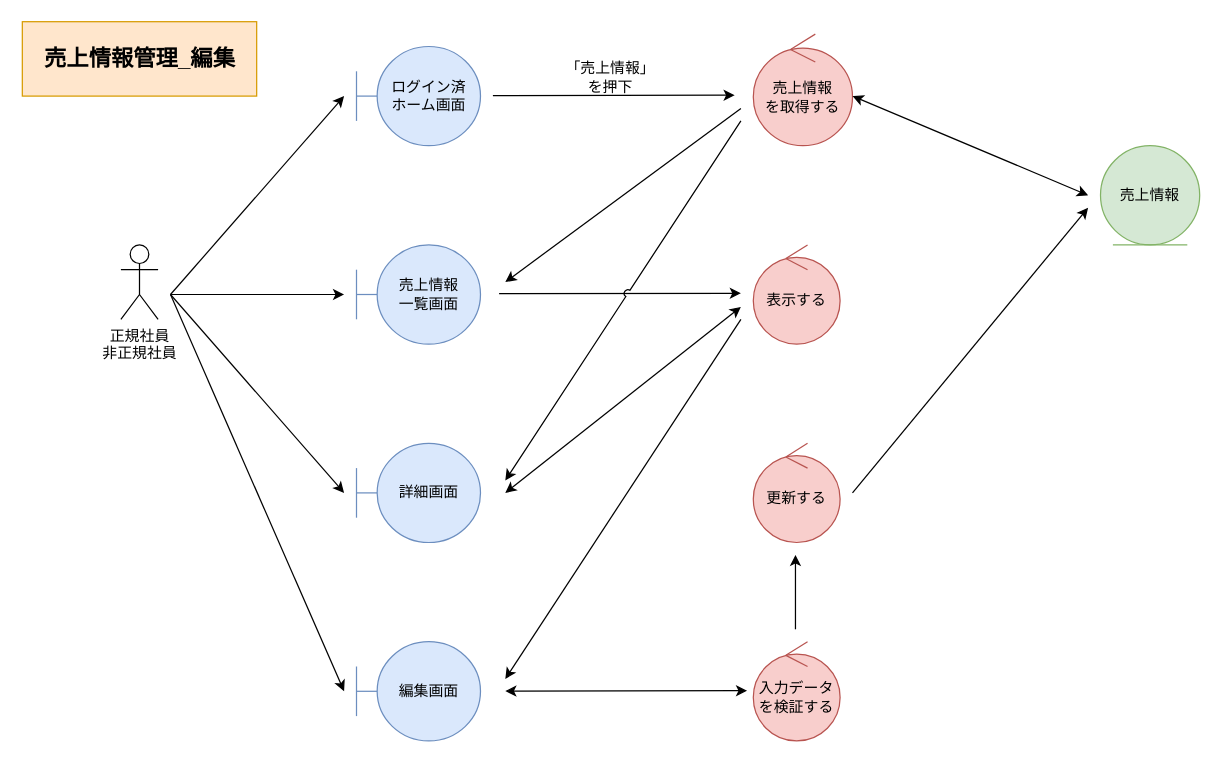
Above: page "*売上情報管理_編集" (3 of 4) of 各種設計書/3ロバストネス図/商品情報管理/5.売上.drawio in HaruShim/Sotuken (draw.io), before the change. Source tidied: cells renumbered, new cells numbered last; positions are measured from the earlier drawing's top-left corner, leaving out a move shared by most shapes. Both pictures are drawn from the tidied source at 124%, with x=0, y=0 at pixel (21, 21).
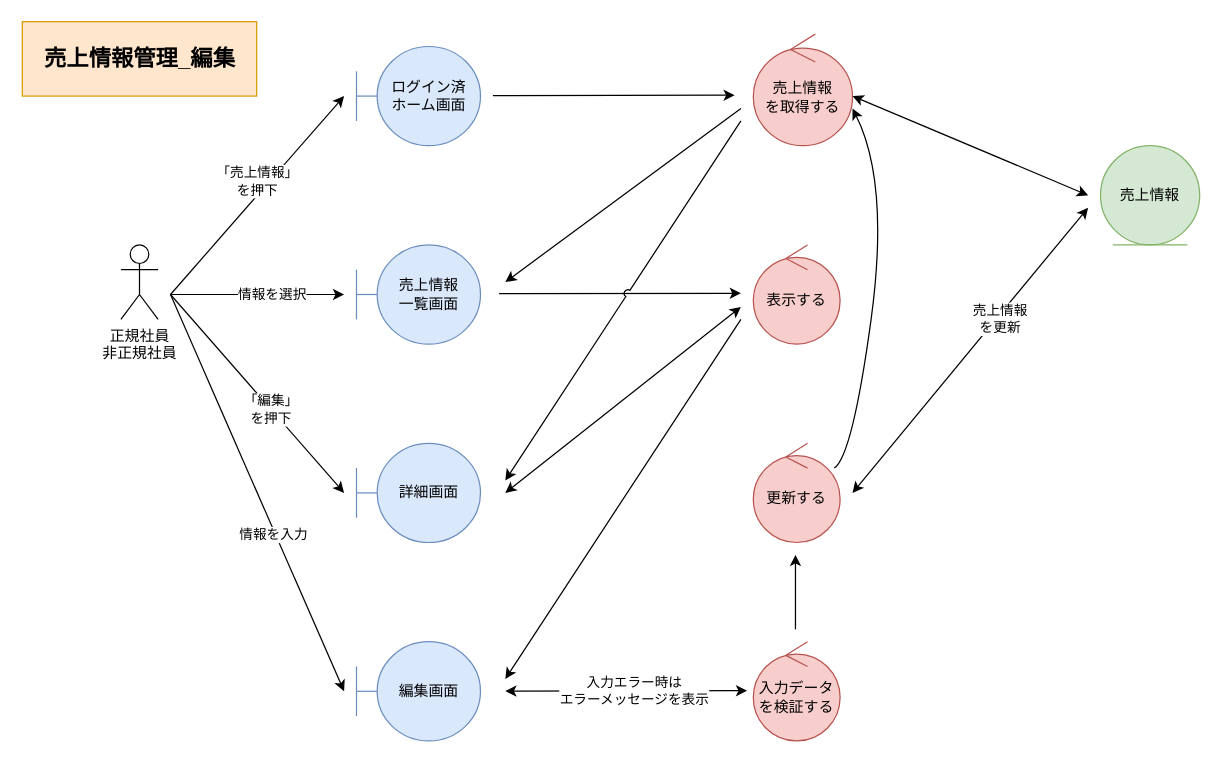
The same diagram, later.

Unchanged cells that the change refers to:
```xml
<mxCell id="21" style="endArrow=classic;html=1;rounded=0;" parent="1" edge="1">
  <mxGeometry relative="1" as="geometry">
    <mxPoint x="120" y="220" as="sourcePoint" />
    <mxPoint x="260" y="540" as="targetPoint" />
  </mxGeometry>
</mxCell>
<mxCell id="23" style="endArrow=classic;html=1;rounded=0;startArrow=classic;startFill=1;" parent="1" edge="1">
  <mxGeometry relative="1" as="geometry">
    <mxPoint x="390" y="539.8" as="sourcePoint" />
    <mxPoint x="585" y="539.5" as="targetPoint" />
  </mxGeometry>
</mxCell>
```

What changed in the source:
```diff
@@
-    <mxCell id="2" value="正規社員&lt;br&gt;非正規社員" style="shape=umlActor;verticalLabelPosition=bottom;verticalAlign=top;html=1;" parent="1" vertex="1">
-      <mxGeometry x="80" y="180" width="30" height="60" as="geometry" />
-    </mxCell>
@@
-    <mxCell id="9" value="「売上情報」&lt;br&gt;を押下" style="text;html=1;strokeColor=none;fillColor=none;align=center;verticalAlign=middle;whiteSpace=wrap;rounded=0;" parent="1" vertex="1">
-      <mxGeometry x="390" y="30" width="170" height="30" as="geometry" />
-    </mxCell>
-    <mxCell id="10" style="endArrow=classic;html=1;rounded=0;" parent="1" edge="1">
-      <mxGeometry relative="1" as="geometry">
-        <mxPoint x="120" y="220" as="sourcePoint" />
-        <mxPoint x="260" y="60" as="targetPoint" />
-      </mxGeometry>
-    </mxCell>
-    <mxCell id="11" style="endArrow=classic;html=1;rounded=0;" parent="1" edge="1">
-      <mxGeometry relative="1" as="geometry">
-        <mxPoint x="120" y="220" as="sourcePoint" />
-        <mxPoint x="260" y="380" as="targetPoint" />
-      </mxGeometry>
-    </mxCell>
-    <mxCell id="12" style="endArrow=classic;html=1;rounded=0;" parent="1" edge="1">
-      <mxGeometry relative="1" as="geometry">
-        <mxPoint x="120" y="220" as="sourcePoint" />
-        <mxPoint x="260" y="220" as="targetPoint" />
-      </mxGeometry>
-    </mxCell>
@@
+    <mxCell id="28" value="情報を入力" style="edgeLabel;html=1;align=center;verticalAlign=middle;fontColor=default;" parent="21" vertex="1">
+      <mxGeometry x="0.21" y="-1" relative="1" as="geometry">
+        <mxPoint x="-1" as="offset" />
+      </mxGeometry>
+    </mxCell>
@@
+    <mxCell id="29" value="入力エラー時は&lt;br&gt;エラーメッセージを表示" style="edgeLabel;html=1;align=center;verticalAlign=middle;fontColor=default;" parent="23" vertex="1">
+      <mxGeometry x="0.15" y="-3" relative="1" as="geometry">
+        <mxPoint x="-9" y="-3" as="offset" />
+      </mxGeometry>
+    </mxCell>
-    <mxCell id="24" style="endArrow=classic;html=1;rounded=0;" parent="1" edge="1">
+    <mxCell id="24" style="endArrow=classic;html=1;rounded=0;startArrow=classic;startFill=1;strokeColor=default;labelBackgroundColor=default;fontColor=default;" parent="1" edge="1">
       <mxGeometry relative="1" as="geometry">
         <mxPoint x="670" y="380" as="sourcePoint" />
         <mxPoint x="860" y="150" as="targetPoint" />
       </mxGeometry>
     </mxCell>
+    <mxCell id="30" value="売上情報&lt;br&gt;を更新" style="edgeLabel;html=1;align=center;verticalAlign=middle;fontColor=default;labelBackgroundColor=default;" parent="24" vertex="1">
+      <mxGeometry x="0.24" y="-1" relative="1" as="geometry">
+        <mxPoint y="1" as="offset" />
+      </mxGeometry>
+    </mxCell>
@@
+    <mxCell id="2" value="正規社員&lt;br&gt;非正規社員" style="shape=umlActor;verticalLabelPosition=bottom;verticalAlign=top;html=1;" parent="1" vertex="1">
+      <mxGeometry x="80" y="180" width="30" height="60" as="geometry" />
+    </mxCell>
+    <mxCell id="31" style="endArrow=classic;html=1;rounded=0;" parent="1" edge="1">
+      <mxGeometry relative="1" as="geometry">
+        <mxPoint x="120" y="220" as="sourcePoint" />
+        <mxPoint x="260" y="60" as="targetPoint" />
+      </mxGeometry>
+    </mxCell>
+    <mxCell id="9" value="「売上情報」&lt;br&gt;を押下" style="edgeLabel;html=1;align=center;verticalAlign=middle;" parent="31" vertex="1">
+      <mxGeometry x="0.18" y="-4" relative="1" as="geometry">
+        <mxPoint x="-16" as="offset" />
+      </mxGeometry>
+    </mxCell>
+    <mxCell id="32" style="endArrow=classic;html=1;rounded=0;" parent="1" edge="1">
+      <mxGeometry relative="1" as="geometry">
+        <mxPoint x="120" y="220" as="sourcePoint" />
+        <mxPoint x="260" y="380" as="targetPoint" />
+      </mxGeometry>
+    </mxCell>
+    <mxCell id="33" value="「編集」&lt;br&gt;を押下" style="edgeLabel;html=1;align=center;verticalAlign=middle;fontColor=default;" parent="32" vertex="1">
+      <mxGeometry x="0.16" relative="1" as="geometry" />
+    </mxCell>
+    <mxCell id="34" style="endArrow=classic;html=1;rounded=0;" parent="1" edge="1">
+      <mxGeometry relative="1" as="geometry">
+        <mxPoint x="120" y="220" as="sourcePoint" />
+        <mxPoint x="260" y="220" as="targetPoint" />
+      </mxGeometry>
+    </mxCell>
+    <mxCell id="35" value="情報を選択" style="edgeLabel;html=1;align=center;verticalAlign=middle;fontColor=default;" parent="34" vertex="1">
+      <mxGeometry x="0.16" y="1" relative="1" as="geometry" />
+    </mxCell>
+    <mxCell id="36" style="curved=1;endArrow=classic;html=1;rounded=0;strokeColor=default;labelBackgroundColor=default;fontColor=default;" parent="1" edge="1">
+      <mxGeometry relative="1" as="geometry">
+        <mxPoint x="655.3" y="360" as="sourcePoint" />
+        <mxPoint x="670" y="70" as="targetPoint" />
+        <Array as="points">
+          <mxPoint x="670" y="350" />
+          <mxPoint x="700" y="130" />
+        </Array>
+      </mxGeometry>
+    </mxCell>
```
